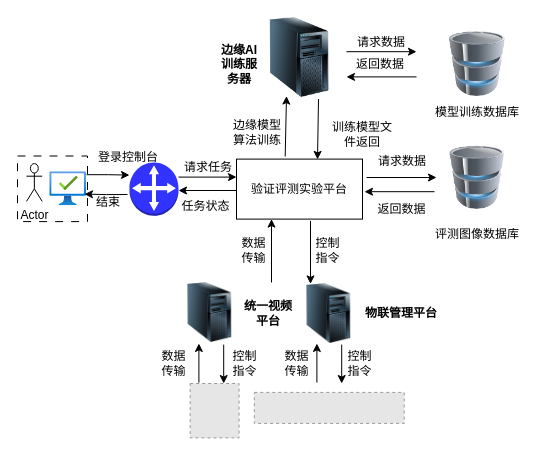
The draw.io diagram 验证评测测试平台.drawio in paleblackless/diagrams, before the edit. Source tidied: cells renumbered, new cells numbered last; positions are measured from the earlier drawing's top-left corner, leaving out a move shared by most shapes. Both pictures are drawn from the tidied source at 100%, with x=0, y=0 at pixel (17, 17). Pictures stored in the file or linked from it are replaced by grey dashed boxes.
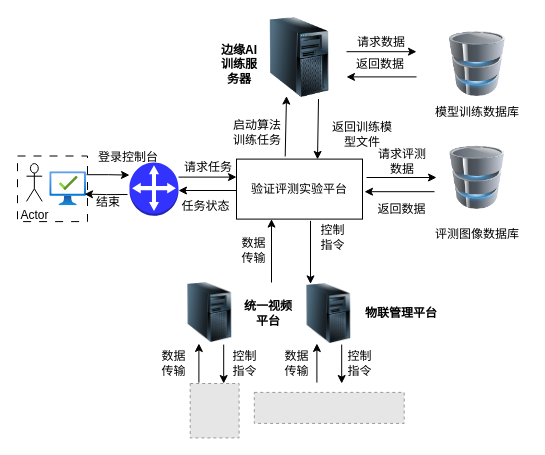
After the change.

Commit message (it also covers changes not shown here):
Update 验证评测测试平台.drawio

Diff of the diagram source:
```diff
@@
-    <mxCell id="21" value="请求数据" style="text;html=1;strokeColor=none;fillColor=none;align=center;verticalAlign=middle;whiteSpace=wrap;rounded=0;" parent="1" vertex="1">
+    <mxCell id="21" value="请求评测数据" style="text;html=1;strokeColor=none;fillColor=none;align=center;verticalAlign=middle;whiteSpace=wrap;rounded=0;" parent="1" vertex="1">
       <mxGeometry x="359.8" y="135.1" width="50.1" height="17" as="geometry" />
     </mxCell>
@@
-    <mxCell id="31" value="边缘模型算法训练" style="text;html=1;strokeColor=none;fillColor=none;align=center;verticalAlign=middle;whiteSpace=wrap;rounded=0;" parent="1" vertex="1">
+    <mxCell id="31" value="启动算法训练任务" style="text;html=1;strokeColor=none;fillColor=none;align=center;verticalAlign=middle;whiteSpace=wrap;rounded=0;" parent="1" vertex="1">
       <mxGeometry x="210" y="100" width="60" height="30" as="geometry" />
     </mxCell>
-    <mxCell id="32" value="训练模型文件返回" style="text;html=1;strokeColor=none;fillColor=none;align=center;verticalAlign=middle;whiteSpace=wrap;rounded=0;" parent="1" vertex="1">
+    <mxCell id="32" value="返回训练模型文件" style="text;html=1;strokeColor=none;fillColor=none;align=center;verticalAlign=middle;whiteSpace=wrap;rounded=0;" parent="1" vertex="1">
       <mxGeometry x="310" y="101.6" width="70" height="30" as="geometry" />
     </mxCell>
@@
     <mxCell id="47" value="控制指令" style="text;html=1;strokeColor=none;fillColor=none;align=center;verticalAlign=middle;whiteSpace=wrap;rounded=0;" parent="1" vertex="1">
-      <mxGeometry x="294" y="217.6" width="33" height="30" as="geometry" />
+      <mxGeometry x="299.4" y="205" width="33" height="30" as="geometry" />
     </mxCell>
```
